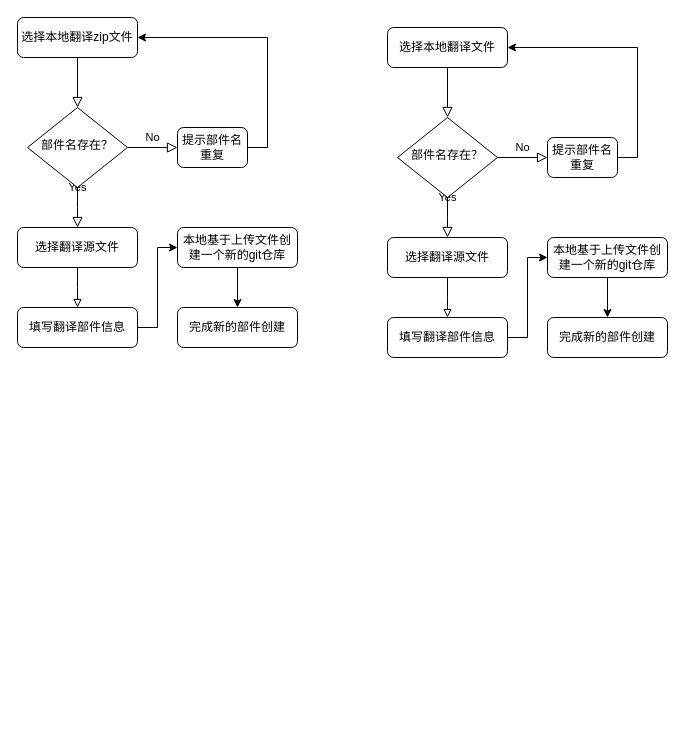
Above: weblate/本地上传新的部件.drawio in weijiang1994/draw-io (draw.io), before the change. Source tidied: cells renumbered, new cells numbered last; positions are measured from the earlier drawing's top-left corner, leaving out a move shared by most shapes. Both pictures are drawn from the tidied source at 100%, with x=0, y=0 at pixel (17, 17).
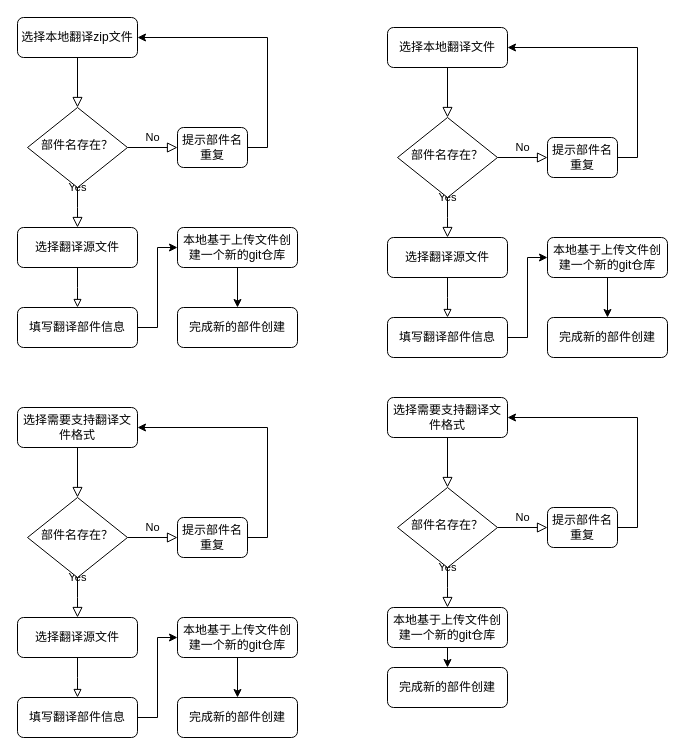
Above is the later version.

Commit message (it also covers changes not shown here):
更新本地上传新的部件.drawio

Change to the diagram source:
```diff
@@
+    <mxCell id="30" style="rounded=0;html=1;jettySize=auto;fontSize=11;endArrow=block;endFill=0;endSize=8;strokeWidth=1;shadow=0;labelBackgroundColor=none;edgeStyle=orthogonalEdgeStyle;" parent="1" edge="1" source="31" target="34">
+      <mxGeometry relative="1" as="geometry" />
+    </mxCell>
+    <mxCell id="31" value="选择需要支持翻译文件格式" style="rounded=1;whiteSpace=wrap;html=1;fontSize=12;glass=0;strokeWidth=1;shadow=0;" parent="1" vertex="1">
+      <mxGeometry y="390" width="120" height="40" as="geometry" />
+    </mxCell>
+    <mxCell id="32" value="Yes" style="rounded=0;html=1;jettySize=auto;fontSize=11;endArrow=block;endFill=0;endSize=8;strokeWidth=1;shadow=0;labelBackgroundColor=none;edgeStyle=orthogonalEdgeStyle;" parent="1" edge="1" source="34">
+      <mxGeometry y="20" relative="1" as="geometry">
+        <mxPoint x="60" y="600" as="targetPoint" />
+      </mxGeometry>
+    </mxCell>
+    <mxCell id="33" value="No" style="edgeStyle=orthogonalEdgeStyle;rounded=0;html=1;jettySize=auto;fontSize=11;endArrow=block;endFill=0;endSize=8;strokeWidth=1;shadow=0;labelBackgroundColor=none;" parent="1" edge="1" source="34" target="36">
+      <mxGeometry y="10" relative="1" as="geometry" />
+    </mxCell>
+    <mxCell id="34" value="部件名存在？" style="rhombus;whiteSpace=wrap;html=1;shadow=0;fontFamily=Helvetica;fontSize=12;align=center;strokeWidth=1;spacing=6;spacingTop=-4;" parent="1" vertex="1">
+      <mxGeometry x="10" y="480" width="100" height="80" as="geometry" />
+    </mxCell>
+    <mxCell id="35" style="edgeStyle=orthogonalEdgeStyle;rounded=0;jettySize=auto;html=1;exitX=1;exitY=0.5;exitDx=0;exitDy=0;entryX=1;entryY=0.5;entryDx=0;entryDy=0;" parent="1" edge="1" source="36" target="31">
+      <mxGeometry relative="1" as="geometry" />
+    </mxCell>
+    <mxCell id="36" value="提示部件名重复" style="rounded=1;whiteSpace=wrap;html=1;fontSize=12;glass=0;strokeWidth=1;shadow=0;" parent="1" vertex="1">
+      <mxGeometry x="160" y="500" width="70" height="40" as="geometry" />
+    </mxCell>
+    <mxCell id="37" style="edgeStyle=orthogonalEdgeStyle;rounded=0;jettySize=auto;html=1;exitX=0.5;exitY=1;exitDx=0;exitDy=0;endArrow=block;endFill=0;" parent="1" edge="1" source="38">
+      <mxGeometry relative="1" as="geometry">
+        <mxPoint x="60" y="680" as="targetPoint" />
+      </mxGeometry>
+    </mxCell>
+    <mxCell id="38" value="选择翻译源文件" style="rounded=1;whiteSpace=wrap;html=1;fontSize=12;glass=0;strokeWidth=1;shadow=0;" parent="1" vertex="1">
+      <mxGeometry y="600" width="120" height="40" as="geometry" />
+    </mxCell>
+    <mxCell id="39" style="edgeStyle=orthogonalEdgeStyle;rounded=0;jettySize=auto;html=1;exitX=1;exitY=0.5;exitDx=0;exitDy=0;entryX=0;entryY=0.5;entryDx=0;entryDy=0;" parent="1" edge="1" source="40" target="42">
+      <mxGeometry relative="1" as="geometry" />
+    </mxCell>
+    <mxCell id="40" value="填写翻译部件信息" style="rounded=1;whiteSpace=wrap;html=1;fontSize=12;glass=0;strokeWidth=1;shadow=0;" parent="1" vertex="1">
+      <mxGeometry y="680" width="120" height="40" as="geometry" />
+    </mxCell>
+    <mxCell id="41" style="edgeStyle=orthogonalEdgeStyle;rounded=0;jettySize=auto;html=1;exitX=0.5;exitY=1;exitDx=0;exitDy=0;entryX=0.5;entryY=0;entryDx=0;entryDy=0;" parent="1" edge="1" source="42" target="43">
+      <mxGeometry relative="1" as="geometry" />
+    </mxCell>
+    <mxCell id="42" value="本地基于上传文件创建一个新的git仓库" style="rounded=1;whiteSpace=wrap;html=1;fontSize=12;glass=0;strokeWidth=1;shadow=0;" parent="1" vertex="1">
+      <mxGeometry x="160" y="600" width="120" height="40" as="geometry" />
+    </mxCell>
+    <mxCell id="43" value="完成新的部件创建" style="rounded=1;whiteSpace=wrap;html=1;fontSize=12;glass=0;strokeWidth=1;shadow=0;" parent="1" vertex="1">
+      <mxGeometry x="160" y="680" width="120" height="40" as="geometry" />
+    </mxCell>
+    <mxCell id="44" style="rounded=0;html=1;jettySize=auto;fontSize=11;endArrow=block;endFill=0;endSize=8;strokeWidth=1;shadow=0;labelBackgroundColor=none;edgeStyle=orthogonalEdgeStyle;" parent="1" edge="1" source="45" target="48">
+      <mxGeometry relative="1" as="geometry" />
+    </mxCell>
+    <mxCell id="45" value="选择需要支持翻译文件格式" style="rounded=1;whiteSpace=wrap;html=1;fontSize=12;glass=0;strokeWidth=1;shadow=0;" parent="1" vertex="1">
+      <mxGeometry x="370" y="380" width="120" height="40" as="geometry" />
+    </mxCell>
+    <mxCell id="46" value="Yes" style="rounded=0;html=1;jettySize=auto;fontSize=11;endArrow=block;endFill=0;endSize=8;strokeWidth=1;shadow=0;labelBackgroundColor=none;edgeStyle=orthogonalEdgeStyle;" parent="1" edge="1" source="48">
+      <mxGeometry y="20" relative="1" as="geometry">
+        <mxPoint x="430" y="590" as="targetPoint" />
+      </mxGeometry>
+    </mxCell>
+    <mxCell id="47" value="No" style="edgeStyle=orthogonalEdgeStyle;rounded=0;html=1;jettySize=auto;fontSize=11;endArrow=block;endFill=0;endSize=8;strokeWidth=1;shadow=0;labelBackgroundColor=none;" parent="1" edge="1" source="48" target="50">
+      <mxGeometry y="10" relative="1" as="geometry" />
+    </mxCell>
+    <mxCell id="48" value="部件名存在？" style="rhombus;whiteSpace=wrap;html=1;shadow=0;fontFamily=Helvetica;fontSize=12;align=center;strokeWidth=1;spacing=6;spacingTop=-4;" parent="1" vertex="1">
+      <mxGeometry x="380" y="470" width="100" height="80" as="geometry" />
+    </mxCell>
+    <mxCell id="49" style="edgeStyle=orthogonalEdgeStyle;rounded=0;jettySize=auto;html=1;exitX=1;exitY=0.5;exitDx=0;exitDy=0;entryX=1;entryY=0.5;entryDx=0;entryDy=0;" parent="1" edge="1" source="50" target="45">
+      <mxGeometry relative="1" as="geometry" />
+    </mxCell>
+    <mxCell id="50" value="提示部件名重复" style="rounded=1;whiteSpace=wrap;html=1;fontSize=12;glass=0;strokeWidth=1;shadow=0;" parent="1" vertex="1">
+      <mxGeometry x="530" y="490" width="70" height="40" as="geometry" />
+    </mxCell>
+    <mxCell id="51" style="edgeStyle=orthogonalEdgeStyle;rounded=0;jettySize=auto;html=1;exitX=0.5;exitY=1;exitDx=0;exitDy=0;entryX=0.5;entryY=0;entryDx=0;entryDy=0;" parent="1" edge="1" source="52" target="53">
+      <mxGeometry relative="1" as="geometry" />
+    </mxCell>
+    <mxCell id="52" value="本地基于上传文件创建一个新的git仓库" style="rounded=1;whiteSpace=wrap;html=1;fontSize=12;glass=0;strokeWidth=1;shadow=0;" parent="1" vertex="1">
+      <mxGeometry x="370" y="590" width="120" height="40" as="geometry" />
+    </mxCell>
+    <mxCell id="53" value="完成新的部件创建" style="rounded=1;whiteSpace=wrap;html=1;fontSize=12;glass=0;strokeWidth=1;shadow=0;" parent="1" vertex="1">
+      <mxGeometry x="370" y="650" width="120" height="40" as="geometry" />
+    </mxCell>
```
